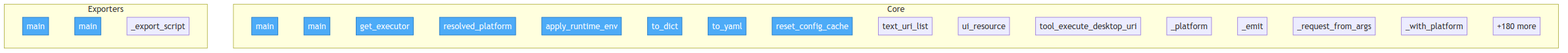
semcod/nlp2uri keeps this Mermaid diagram as project/flow.png. Above is the earlier version. Its source is kept beside it as project/flow.mmd.
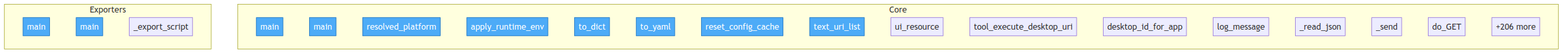
After the commit.

Change to the diagram source:
```diff
@@ -5,7 +5,6 @@
     subgraph Core
         schemas__codegen__fix_proto_imports__main["main"]
         schemas__codegen__scaffold_scheme__main["main"]
-        src__nlp2uri__runtime__get_executor["get_executor"]
         src__nlp2uri__config__NLP2URIConfig__resolved_platform["resolved_platform"]
         src__nlp2uri__config__NLP2URIConfig__apply_runtime_env["apply_runtime_env"]
         src__nlp2uri__config__NLP2URIConfig__to_dict["to_dict"]
@@ -14,11 +13,12 @@
         src__nlp2uri__mcp__text_uri_list["text_uri_list"]
         src__nlp2uri__mcp__ui_resource["ui_resource"]
         src__nlp2uri__mcp__tool_execute_desktop_uri["tool_execute_desktop_uri"]
-        src__nlp2uri__cli___platform["_platform"]
-        src__nlp2uri__cli___emit["_emit"]
-        src__nlp2uri__cli___request_from_args["_request_from_args"]
-        src__nlp2uri__cli___with_platform["_with_platform"]
-        ...["+180 more"]
+        src__nlp2uri__desktop_apps__desktop_id_for_app["desktop_id_for_app"]
+        src__nlp2uri__integrators__rest_server__NLP2URIRequestHandler__log_message["log_message"]
+        src__nlp2uri__integrators__rest_server__NLP2URIRequestHandler___read_json["_read_json"]
+        src__nlp2uri__integrators__rest_server__NLP2URIRequestHandler___send["_send"]
+        src__nlp2uri__integrators__rest_server__NLP2URIRequestHandler__do_GET["do_GET"]
+        ...["+206 more"]
     end
 
     subgraph Exporters
@@ -27,4 +27,4 @@
         src__nlp2uri__adapters__shell__ShellAdapter___export_script["_export_script"]
     end
 
-    class schemas__codegen__fix_proto_imports__main,schemas__codegen__export_mcp_schemas__main,schemas__codegen__export_driver_stubs__main,schemas__codegen__scaffold_scheme__main,src__nlp2uri__runtime__get_executor,src__nlp2uri__config__NLP2URIConfig__resolved_platform,src__nlp2uri__config__NLP2URIConfig__apply_runtime_env,src__nlp2uri__config__NLP2URIConfig__to_dict,src__nlp2uri__config__NLP2URIConfig__to_yaml,src__nlp2uri__config__reset_config_cache entry
+    class schemas__codegen__fix_proto_imports__main,schemas__codegen__export_mcp_schemas__main,schemas__codegen__export_driver_stubs__main,schemas__codegen__scaffold_scheme__main,src__nlp2uri__config__NLP2URIConfig__resolved_platform,src__nlp2uri__config__NLP2URIConfig__apply_runtime_env,src__nlp2uri__config__NLP2URIConfig__to_dict,src__nlp2uri__config__NLP2URIConfig__to_yaml,src__nlp2uri__config__reset_config_cache,src__nlp2uri__mcp__text_uri_list entry
```
